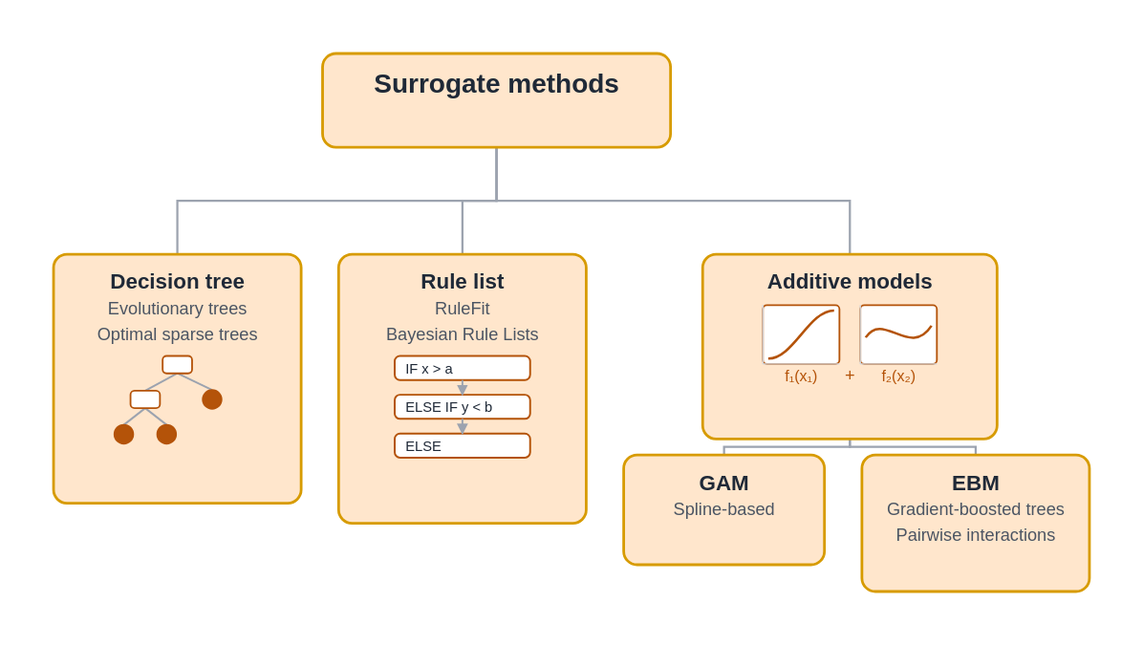
Earlier version of the draw.io export posts/explaining-black-box-predictions/diagrams/taxonomy_surrogates.drawio.svg (DMLF1/blog). Source tidied: cells renumbered, new cells last; positions are measured from the earlier drawing's top-left corner, leaving out a move shared by most shapes.
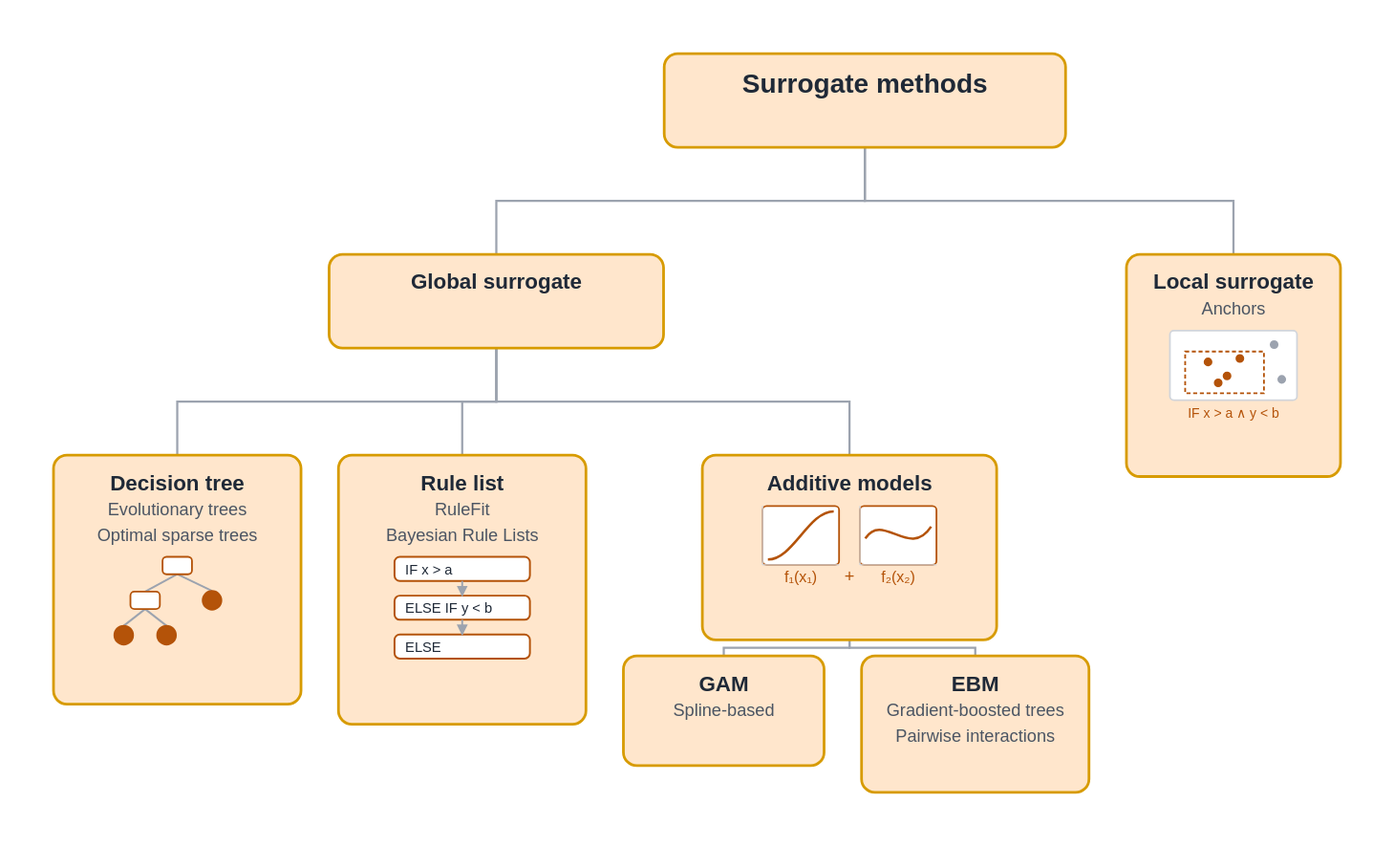
After the commit.

Commit message:
Move Anchors from removal-based to surrogate methods (it's a local surrogate)

Diff of the diagram source:
```diff
@@ -3,8 +3,11 @@
     <mxCell id="0" />
     <mxCell id="1" parent="0" />
     <mxCell id="2" value="&lt;span style=&quot;font-size:20px;color:#1F2937;font-weight:bold;&quot;&gt;Surrogate methods&lt;/span&gt;" style="rounded=1;whiteSpace=wrap;html=1;fillColor=#FFE6CC;strokeColor=#D79B00;strokeWidth=2;" parent="1" vertex="1">
-      <mxGeometry x="201" width="260" height="70" as="geometry" />
+      <mxGeometry x="456" y="-150" width="300" height="70" as="geometry" />
     </mxCell>
+    <mxCell id="34" value="&lt;span style=&quot;font-size:16px;color:#1F2937;font-weight:bold;&quot;&gt;Global surrogate&lt;/span&gt;" style="rounded=1;whiteSpace=wrap;html=1;fillColor=#FFE6CC;strokeColor=#D79B00;strokeWidth=2;" parent="1" vertex="1">
+      <mxGeometry x="206" width="250" height="70" as="geometry" />
+    </mxCell>
     <mxCell id="3" value="&lt;span style=&quot;font-size:16px;color:#1F2937;font-weight:bold;&quot;&gt;Decision tree&lt;/span&gt;&lt;br&gt;&lt;span style=&quot;font-size:13px;color:#4B5563;&quot;&gt;Evolutionary trees&lt;/span&gt;&lt;br&gt;&lt;span style=&quot;font-size:13px;color:#4B5563;&quot;&gt;Optimal sparse trees&lt;/span&gt;" style="rounded=1;whiteSpace=wrap;html=1;fillColor=#FFE6CC;strokeColor=#D79B00;strokeWidth=2;" parent="1" vertex="1">
       <mxGeometry y="150" width="185" height="186" as="geometry" />
     </mxCell>
@@ -115,20 +118,56 @@
     <mxCell id="28" value="&lt;span style=&quot;font-size:16px;color:#1F2937;font-weight:bold;&quot;&gt;EBM&lt;/span&gt;&lt;br&gt;&lt;span style=&quot;font-size:13px;color:#4B5563;&quot;&gt;Gradient-boosted trees&lt;/span&gt;&lt;br&gt;&lt;span style=&quot;font-size:13px;color:#4B5563;&quot;&gt;Pairwise interactions&lt;/span&gt;" style="rounded=1;whiteSpace=wrap;html=1;fillColor=#FFE6CC;strokeColor=#D79B00;strokeWidth=2;" parent="1" vertex="1">
       <mxGeometry x="604" y="300" width="170" height="102" as="geometry" />
     </mxCell>
+    <mxCell id="35" value="&lt;span style=&quot;font-size:16px;color:#1F2937;font-weight:bold;&quot;&gt;Local surrogate&lt;/span&gt;&lt;br&gt;&lt;span style=&quot;font-size:13px;color:#4B5563;&quot;&gt;Anchors&lt;/span&gt;" style="rounded=1;whiteSpace=wrap;html=1;fillColor=#FFE6CC;strokeColor=#D79B00;strokeWidth=2;" parent="1" vertex="1">
+      <mxGeometry x="802" width="160" height="166" as="geometry" />
+    </mxCell>
+    <mxCell id="36" style="rounded=1;whiteSpace=wrap;html=1;fillColor=#FFFFFF;strokeColor=#D1D5DB;" parent="1" vertex="1">
+      <mxGeometry x="834" y="57" width="95" height="52" as="geometry" />
+    </mxCell>
+    <mxCell id="37" style="rounded=0;whiteSpace=wrap;html=1;fillColor=none;strokeColor=#B45309;dashed=1;dashPattern=3 2;" parent="1" vertex="1">
+      <mxGeometry x="846" y="73" width="59" height="31" as="geometry" />
+    </mxCell>
+    <mxCell id="38" style="ellipse;whiteSpace=wrap;html=1;fillColor=#B45309;strokeColor=#B45309;" parent="1" vertex="1">
+      <mxGeometry x="860" y="78" width="5" height="5" as="geometry" />
+    </mxCell>
+    <mxCell id="39" style="ellipse;whiteSpace=wrap;html=1;fillColor=#B45309;strokeColor=#B45309;" parent="1" vertex="1">
+      <mxGeometry x="875" y="88" width="5" height="5" as="geometry" />
+    </mxCell>
+    <mxCell id="40" style="ellipse;whiteSpace=wrap;html=1;fillColor=#B45309;strokeColor=#B45309;" parent="1" vertex="1">
+      <mxGeometry x="884" y="75" width="5" height="5" as="geometry" />
+    </mxCell>
+    <mxCell id="41" style="ellipse;whiteSpace=wrap;html=1;fillColor=#B45309;strokeColor=#B45309;" parent="1" vertex="1">
+      <mxGeometry x="868" y="93" width="5" height="5" as="geometry" />
+    </mxCell>
+    <mxCell id="42" style="ellipse;whiteSpace=wrap;html=1;fillColor=#9CA3AF;strokeColor=#9CA3AF;" parent="1" vertex="1">
+      <mxGeometry x="910" y="65" width="5" height="5" as="geometry" />
+    </mxCell>
+    <mxCell id="43" style="ellipse;whiteSpace=wrap;html=1;fillColor=#9CA3AF;strokeColor=#9CA3AF;" parent="1" vertex="1">
+      <mxGeometry x="916" y="91" width="5" height="5" as="geometry" />
+    </mxCell>
+    <mxCell id="44" value="IF x &gt; a ∧ y &lt; b" style="text;html=1;align=center;verticalAlign=middle;fontSize=10;fontColor=#B45309;" parent="1" vertex="1">
+      <mxGeometry x="834" y="111" width="95" height="16" as="geometry" />
+    </mxCell>
-    <mxCell id="29" style="edgeStyle=orthogonalEdgeStyle;rounded=0;html=1;strokeColor=#9CA3AF;" parent="1" edge="1" source="2" target="3">
+    <mxCell id="29" style="edgeStyle=orthogonalEdgeStyle;rounded=0;html=1;strokeColor=#9CA3AF;" parent="1" edge="1" source="2" target="34">
       <mxGeometry relative="1" as="geometry" />
     </mxCell>
-    <mxCell id="30" style="edgeStyle=orthogonalEdgeStyle;rounded=0;html=1;strokeColor=#9CA3AF;" parent="1" edge="1" source="2" target="13">
+    <mxCell id="30" style="edgeStyle=orthogonalEdgeStyle;rounded=0;html=1;strokeColor=#9CA3AF;" parent="1" edge="1" source="2" target="35">
       <mxGeometry relative="1" as="geometry" />
     </mxCell>
-    <mxCell id="31" style="edgeStyle=orthogonalEdgeStyle;rounded=0;html=1;strokeColor=#9CA3AF;" parent="1" edge="1" source="2" target="19">
+    <mxCell id="31" style="edgeStyle=orthogonalEdgeStyle;rounded=0;html=1;strokeColor=#9CA3AF;" parent="1" edge="1" source="34" target="3">
       <mxGeometry relative="1" as="geometry" />
     </mxCell>
-    <mxCell id="32" style="edgeStyle=orthogonalEdgeStyle;rounded=0;html=1;strokeColor=#9CA3AF;" parent="1" edge="1" source="19" target="27">
+    <mxCell id="32" style="edgeStyle=orthogonalEdgeStyle;rounded=0;html=1;strokeColor=#9CA3AF;" parent="1" edge="1" source="34" target="13">
       <mxGeometry relative="1" as="geometry" />
     </mxCell>
-    <mxCell id="33" style="edgeStyle=orthogonalEdgeStyle;rounded=0;html=1;strokeColor=#9CA3AF;" parent="1" edge="1" source="19" target="28">
+    <mxCell id="33" style="edgeStyle=orthogonalEdgeStyle;rounded=0;html=1;strokeColor=#9CA3AF;" parent="1" edge="1" source="34" target="19">
       <mxGeometry relative="1" as="geometry" />
     </mxCell>
+    <mxCell id="45" style="edgeStyle=orthogonalEdgeStyle;rounded=0;html=1;strokeColor=#9CA3AF;" parent="1" edge="1" source="19" target="27">
+      <mxGeometry relative="1" as="geometry" />
+    </mxCell>
+    <mxCell id="46" style="edgeStyle=orthogonalEdgeStyle;rounded=0;html=1;strokeColor=#9CA3AF;" parent="1" edge="1" source="19" target="28">
+      <mxGeometry relative="1" as="geometry" />
+    </mxCell>
   </root>
 </mxGraphModel>
```
